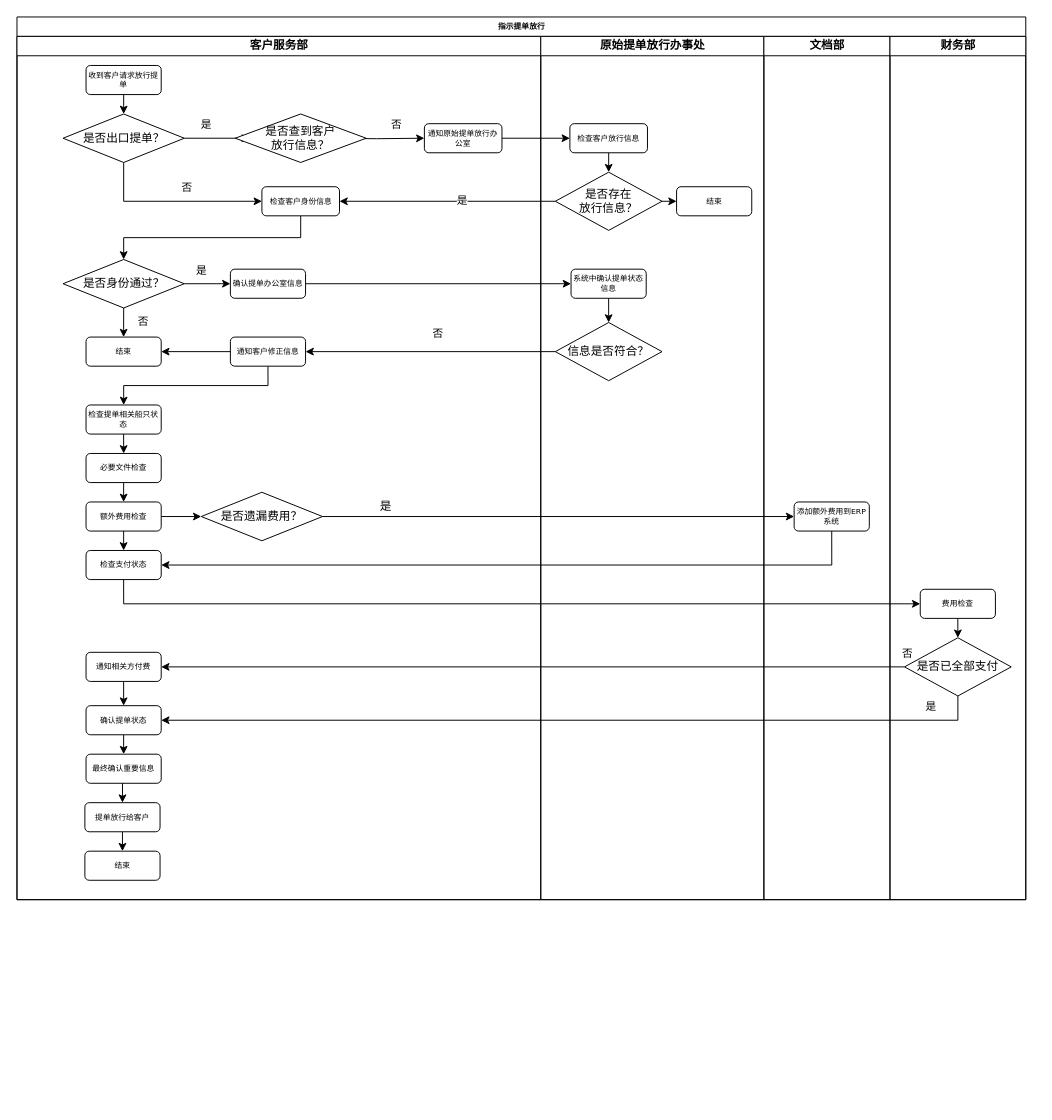
This is 指示提单放行.drawio from huangdamon/taobao_catch, a draw.io file, before an edit. Source tidied: cells renumbered, new cells numbered last; positions are measured from the earlier drawing's top-left corner, leaving out a move shared by most shapes. Both pictures are drawn from the tidied source at 97%, with x=0, y=0 at pixel (16, 16).
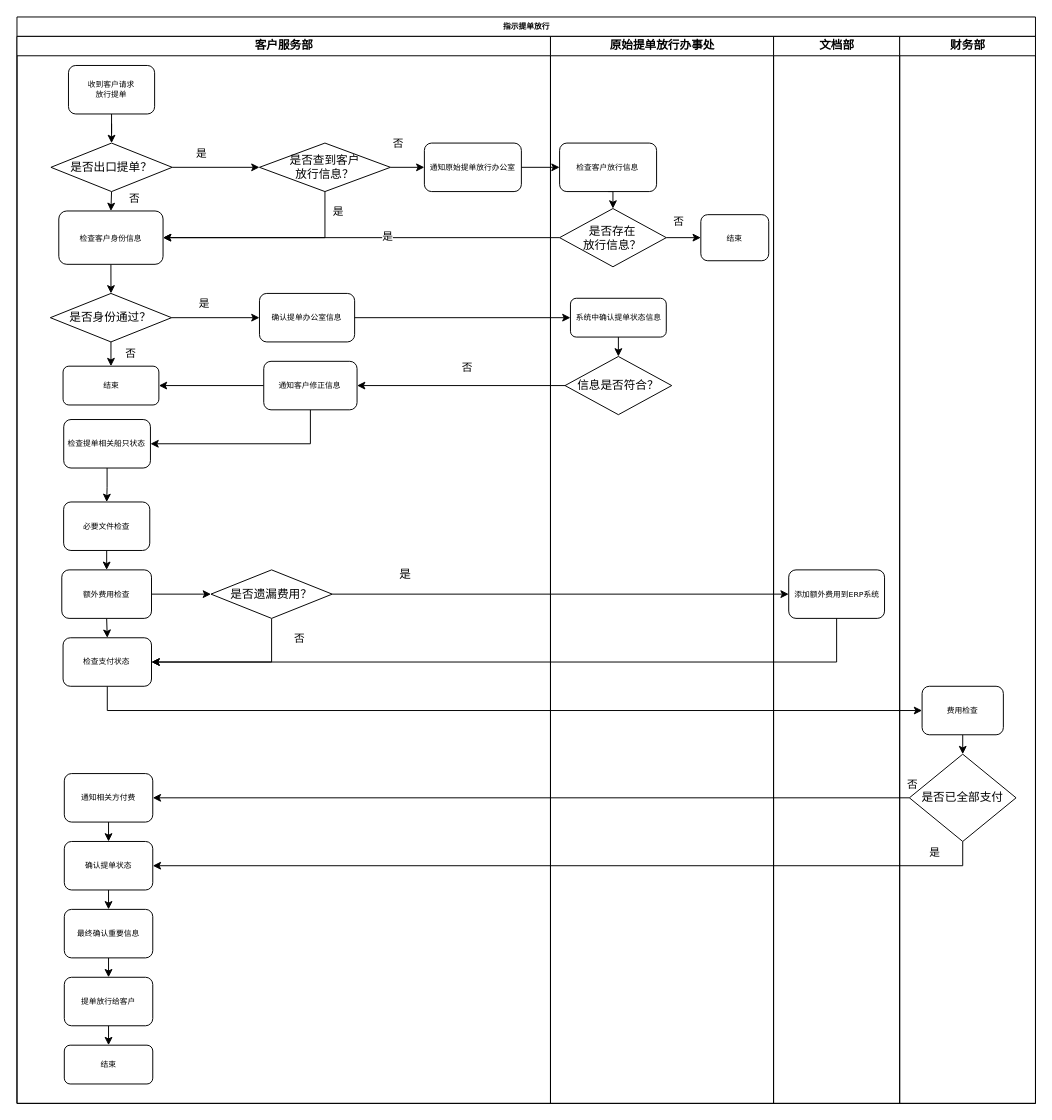
The same page after the edit.

Commit message:
Update 指示提单放行.drawio

Unchanged cells that the change refers to:
```xml
<mxCell id="55" style="edgeStyle=orthogonalEdgeStyle;rounded=0;jettySize=auto;html=1;exitX=1;exitY=0.5;exitDx=0;exitDy=0;entryX=0;entryY=0.5;entryDx=0;entryDy=0;" parent="52" edge="1" source="56" target="57">
  <mxGeometry relative="1" as="geometry" />
</mxCell>
```

What changed in the source:
```diff
@@
     <mxCell id="2" value="指示提单放行" style="swimlane;html=1;startSize=20;rounded=0;shadow=0;labelBackgroundColor=none;strokeWidth=1;fontFamily=Verdana;fontSize=8;align=center;" parent="1" vertex="1">
-      <mxGeometry width="1040" height="910" as="geometry" />
+      <mxGeometry width="1050" height="1120" as="geometry" />
     </mxCell>
+    <mxCell id="69" style="edgeStyle=orthogonalEdgeStyle;rounded=0;jettySize=auto;html=1;exitX=0.5;exitY=1;exitDx=0;exitDy=0;entryX=0;entryY=0.5;entryDx=0;entryDy=0;" parent="2" edge="1" source="36" target="66">
+      <mxGeometry relative="1" as="geometry" />
+    </mxCell>
+    <mxCell id="70" style="edgeStyle=orthogonalEdgeStyle;rounded=0;jettySize=auto;html=1;exitX=0;exitY=0.5;exitDx=0;exitDy=0;entryX=1;entryY=0.5;entryDx=0;entryDy=0;" parent="2" edge="1" source="67" target="38">
+      <mxGeometry relative="1" as="geometry" />
+    </mxCell>
+    <mxCell id="71" value="否" style="edgeLabel;html=1;align=center;verticalAlign=middle;" parent="70" vertex="1">
+      <mxGeometry x="-0.98" y="-3" relative="1" as="geometry">
+        <mxPoint x="10" y="-12" as="offset" />
+      </mxGeometry>
+    </mxCell>
+    <mxCell id="72" style="edgeStyle=orthogonalEdgeStyle;rounded=0;jettySize=auto;html=1;exitX=0.5;exitY=1;exitDx=0;exitDy=0;entryX=1;entryY=0.5;entryDx=0;entryDy=0;" parent="2" edge="1" source="67" target="40">
+      <mxGeometry relative="1" as="geometry" />
+    </mxCell>
+    <mxCell id="73" value="是" style="edgeLabel;html=1;align=center;verticalAlign=middle;" parent="72" vertex="1">
+      <mxGeometry x="-0.87" y="-2" relative="1" as="geometry">
+        <mxPoint x="1" y="-13" as="offset" />
+      </mxGeometry>
+    </mxCell>
     <mxCell id="3" value="客户服务部" style="swimlane;html=1;startSize=20;" parent="2" vertex="1">
-      <mxGeometry y="20" width="540" height="890" as="geometry" />
+      <mxGeometry y="20" width="550" height="1100" as="geometry" />
     </mxCell>
@@
-    <mxCell id="5" value="收到客户请求放行提单" style="rounded=1;whiteSpace=wrap;html=1;shadow=0;labelBackgroundColor=none;strokeWidth=1;fontFamily=Verdana;fontSize=8;align=center;" parent="3" vertex="1">
-      <mxGeometry x="71.2" y="30" width="77.5" height="30" as="geometry" />
+    <mxCell id="5" value="收到客户请求&lt;br&gt;放行提单" style="rounded=1;whiteSpace=wrap;html=1;shadow=0;labelBackgroundColor=none;strokeWidth=1;fontFamily=Verdana;fontSize=8;align=center;" parent="3" vertex="1">
+      <mxGeometry x="53.1" y="30" width="88.8" height="50" as="geometry" />
     </mxCell>
-    <mxCell id="6" style="edgeStyle=orthogonalEdgeStyle;rounded=0;jettySize=auto;html=1;exitX=1;exitY=0.5;exitDx=0;exitDy=0;entryX=0;entryY=0.5;entryDx=0;entryDy=0;" parent="3" edge="1" source="10">
-      <mxGeometry relative="1" as="geometry">
-        <mxPoint x="240" y="105" as="targetPoint" />
-      </mxGeometry>
+    <mxCell id="6" style="edgeStyle=orthogonalEdgeStyle;rounded=0;jettySize=auto;html=1;exitX=1;exitY=0.5;exitDx=0;exitDy=0;entryX=0;entryY=0.5;entryDx=0;entryDy=0;" parent="3" edge="1" source="10" target="16">
+      <mxGeometry relative="1" as="geometry" />
     </mxCell>
@@
-    <mxCell id="8" style="edgeStyle=orthogonalEdgeStyle;rounded=0;jettySize=auto;html=1;exitX=0.5;exitY=1;exitDx=0;exitDy=0;entryX=0;entryY=0.5;entryDx=0;entryDy=0;" parent="3" edge="1" source="10" target="14">
+    <mxCell id="8" style="edgeStyle=orthogonalEdgeStyle;rounded=0;jettySize=auto;html=1;exitX=0.5;exitY=1;exitDx=0;exitDy=0;entryX=0.5;entryY=0;entryDx=0;entryDy=0;" parent="3" edge="1" source="10" target="14">
       <mxGeometry relative="1" as="geometry" />
     </mxCell>
-    <mxCell id="9" value="否" style="edgeLabel;html=1;align=center;verticalAlign=middle;" parent="8" vertex="1">
-      <mxGeometry x="-0.33" y="3" relative="1" as="geometry">
-        <mxPoint x="43" y="-12" as="offset" />
-      </mxGeometry>
-    </mxCell>
+    <mxCell id="74" value="否" style="edgeLabel;html=1;align=center;verticalAlign=middle;" parent="8" vertex="1">
+      <mxGeometry x="-0.3" y="-1" relative="1" as="geometry">
+        <mxPoint x="24" as="offset" />
+      </mxGeometry>
+    </mxCell>
     <mxCell id="10" value="是否出口提单？" style="rhombus;whiteSpace=wrap;html=1;" parent="3" vertex="1">
-      <mxGeometry x="47.5" y="80" width="125" height="50" as="geometry" />
+      <mxGeometry x="35" y="110" width="125" height="50" as="geometry" />
     </mxCell>
-    <mxCell id="11" style="edgeStyle=orthogonalEdgeStyle;rounded=0;jettySize=auto;html=1;exitX=1;exitY=0.5;exitDx=0;exitDy=0;entryX=0;entryY=0.5;entryDx=0;entryDy=0;" parent="3" edge="1" target="15">
-      <mxGeometry relative="1" as="geometry">
-        <mxPoint x="320" y="105" as="sourcePoint" />
-      </mxGeometry>
-    </mxCell>
-    <mxCell id="12" value="否" style="edgeLabel;html=1;align=center;verticalAlign=middle;" parent="11" vertex="1">
-      <mxGeometry x="0.51" y="-1" relative="1" as="geometry">
-        <mxPoint x="-5" y="-16" as="offset" />
-      </mxGeometry>
-    </mxCell>
@@
     <mxCell id="14" value="检查客户身份信息" style="rounded=1;whiteSpace=wrap;html=1;shadow=0;labelBackgroundColor=none;strokeWidth=1;fontFamily=Verdana;fontSize=8;align=center;" parent="3" vertex="1">
-      <mxGeometry x="252.5" y="155" width="80" height="30" as="geometry" />
+      <mxGeometry x="43.1" y="180" width="107.5" height="55" as="geometry" />
     </mxCell>
     <mxCell id="15" value="通知原始提单放行办公室" style="rounded=1;whiteSpace=wrap;html=1;shadow=0;labelBackgroundColor=none;strokeWidth=1;fontFamily=Verdana;fontSize=8;align=center;" parent="3" vertex="1">
-      <mxGeometry x="420" y="90" width="80" height="30" as="geometry" />
+      <mxGeometry x="420" y="110" width="100" height="50" as="geometry" />
     </mxCell>
+    <mxCell id="75" style="edgeStyle=orthogonalEdgeStyle;rounded=0;jettySize=auto;html=1;exitX=1;exitY=0.5;exitDx=0;exitDy=0;entryX=0;entryY=0.5;entryDx=0;entryDy=0;" parent="3" edge="1" source="16" target="15">
+      <mxGeometry relative="1" as="geometry" />
+    </mxCell>
+    <mxCell id="76" value="否" style="edgeLabel;html=1;align=center;verticalAlign=middle;" parent="75" vertex="1">
+      <mxGeometry x="-0.6" y="1" relative="1" as="geometry">
+        <mxPoint y="-24" as="offset" />
+      </mxGeometry>
+    </mxCell>
+    <mxCell id="77" style="edgeStyle=orthogonalEdgeStyle;rounded=0;jettySize=auto;html=1;exitX=0.5;exitY=1;exitDx=0;exitDy=0;entryX=1;entryY=0.5;entryDx=0;entryDy=0;" parent="3" edge="1" source="16" target="14">
+      <mxGeometry relative="1" as="geometry" />
+    </mxCell>
+    <mxCell id="78" value="是" style="edgeLabel;html=1;align=center;verticalAlign=middle;" parent="77" vertex="1">
+      <mxGeometry x="-0.8" y="4" relative="1" as="geometry">
+        <mxPoint x="9" y="-1" as="offset" />
+      </mxGeometry>
+    </mxCell>
     <mxCell id="16" value="是否查到客户&lt;br&gt;放行信息？" style="rhombus;whiteSpace=wrap;html=1;" parent="3" vertex="1">
-      <mxGeometry x="225" y="80" width="135" height="50" as="geometry" />
+      <mxGeometry x="250" y="110" width="135" height="50" as="geometry" />
     </mxCell>
@@
     <mxCell id="21" value="是否身份通过？" style="rhombus;whiteSpace=wrap;html=1;" parent="3" vertex="1">
-      <mxGeometry x="47.5" y="230" width="125" height="50" as="geometry" />
+      <mxGeometry x="34.4" y="265" width="125" height="50" as="geometry" />
     </mxCell>
     <mxCell id="22" value="结束" style="rounded=1;whiteSpace=wrap;html=1;shadow=0;labelBackgroundColor=none;strokeWidth=1;fontFamily=Verdana;fontSize=8;align=center;" parent="3" vertex="1">
-      <mxGeometry x="71.2" y="310" width="77.5" height="30" as="geometry" />
+      <mxGeometry x="47.5" y="340" width="98.8" height="40" as="geometry" />
     </mxCell>
     <mxCell id="23" value="确认提单办公室信息" style="rounded=1;whiteSpace=wrap;html=1;shadow=0;labelBackgroundColor=none;strokeWidth=1;fontFamily=Verdana;fontSize=8;align=center;" parent="3" vertex="1">
-      <mxGeometry x="220" y="240" width="77.5" height="30" as="geometry" />
+      <mxGeometry x="250" y="265" width="98.1" height="50" as="geometry" />
     </mxCell>
@@
-    <mxCell id="25" style="edgeStyle=orthogonalEdgeStyle;rounded=0;jettySize=auto;html=1;exitX=0.5;exitY=1;exitDx=0;exitDy=0;" parent="3" edge="1" source="26" target="28">
+    <mxCell id="25" style="edgeStyle=orthogonalEdgeStyle;rounded=0;jettySize=auto;html=1;exitX=0.5;exitY=1;exitDx=0;exitDy=0;entryX=1;entryY=0.5;entryDx=0;entryDy=0;" parent="3" edge="1" source="26" target="28">
       <mxGeometry relative="1" as="geometry" />
     </mxCell>
     <mxCell id="26" value="通知客户修正信息" style="rounded=1;whiteSpace=wrap;html=1;shadow=0;labelBackgroundColor=none;strokeWidth=1;fontFamily=Verdana;fontSize=8;align=center;" parent="3" vertex="1">
-      <mxGeometry x="220" y="310" width="77.5" height="30" as="geometry" />
+      <mxGeometry x="254.4" y="335" width="96.2" height="50" as="geometry" />
     </mxCell>
@@
     <mxCell id="28" value="检查提单相关船只状态" style="rounded=1;whiteSpace=wrap;html=1;shadow=0;labelBackgroundColor=none;strokeWidth=1;fontFamily=Verdana;fontSize=8;align=center;" parent="3" vertex="1">
-      <mxGeometry x="71.2" y="380" width="77.5" height="30" as="geometry" />
+      <mxGeometry x="48.2" y="395" width="89.4" height="50" as="geometry" />
     </mxCell>
@@
     <mxCell id="30" value="必要文件检查" style="rounded=1;whiteSpace=wrap;html=1;shadow=0;labelBackgroundColor=none;strokeWidth=1;fontFamily=Verdana;fontSize=8;align=center;" parent="3" vertex="1">
-      <mxGeometry x="71.2" y="430" width="77.5" height="30" as="geometry" />
+      <mxGeometry x="48.1" y="480" width="88.8" height="50" as="geometry" />
     </mxCell>
@@
     <mxCell id="33" value="额外费用检查" style="rounded=1;whiteSpace=wrap;html=1;shadow=0;labelBackgroundColor=none;strokeWidth=1;fontFamily=Verdana;fontSize=8;align=center;" parent="3" vertex="1">
-      <mxGeometry x="71.2" y="480" width="77.5" height="30" as="geometry" />
+      <mxGeometry x="46.2" y="550" width="92.5" height="50" as="geometry" />
     </mxCell>
+    <mxCell id="79" style="edgeStyle=orthogonalEdgeStyle;rounded=0;jettySize=auto;html=1;exitX=0.5;exitY=1;exitDx=0;exitDy=0;entryX=1;entryY=0.5;entryDx=0;entryDy=0;" parent="3" edge="1" source="34" target="36">
+      <mxGeometry relative="1" as="geometry" />
+    </mxCell>
+    <mxCell id="80" value="否" style="edgeLabel;html=1;align=center;verticalAlign=middle;" parent="79" vertex="1">
+      <mxGeometry x="-0.8" y="3" relative="1" as="geometry">
+        <mxPoint x="25" y="3" as="offset" />
+      </mxGeometry>
+    </mxCell>
     <mxCell id="34" value="是否遗漏费用？" style="rhombus;whiteSpace=wrap;html=1;" parent="3" vertex="1">
-      <mxGeometry x="190" y="470" width="125" height="50" as="geometry" />
+      <mxGeometry x="200" y="550" width="125" height="50" as="geometry" />
     </mxCell>
     <mxCell id="35" value="是" style="text;html=1;align=center;verticalAlign=middle;strokeColor=none;fillColor=none;" parent="3" vertex="1">
-      <mxGeometry x="360" y="470" width="40" height="30" as="geometry" />
+      <mxGeometry x="380" y="540" width="40" height="30" as="geometry" />
     </mxCell>
     <mxCell id="36" value="检查支付状态" style="rounded=1;whiteSpace=wrap;html=1;shadow=0;labelBackgroundColor=none;strokeWidth=1;fontFamily=Verdana;fontSize=8;align=center;" parent="3" vertex="1">
-      <mxGeometry x="71.2" y="530" width="77.5" height="30" as="geometry" />
+      <mxGeometry x="47.5" y="620" width="91.2" height="50" as="geometry" />
     </mxCell>
@@
     <mxCell id="38" value="通知相关方付费" style="rounded=1;whiteSpace=wrap;html=1;shadow=0;labelBackgroundColor=none;strokeWidth=1;fontFamily=Verdana;fontSize=8;align=center;" parent="3" vertex="1">
-      <mxGeometry x="71.2" y="635" width="77.5" height="30" as="geometry" />
+      <mxGeometry x="48.8" y="760" width="91.2" height="50" as="geometry" />
     </mxCell>
@@
     <mxCell id="40" value="确认提单状态" style="rounded=1;whiteSpace=wrap;html=1;shadow=0;labelBackgroundColor=none;strokeWidth=1;fontFamily=Verdana;fontSize=8;align=center;" parent="3" vertex="1">
-      <mxGeometry x="71.2" y="690" width="77.5" height="30" as="geometry" />
+      <mxGeometry x="48.8" y="830" width="91.2" height="50" as="geometry" />
     </mxCell>
@@
     <mxCell id="42" value="最终确认重要信息" style="rounded=1;whiteSpace=wrap;html=1;shadow=0;labelBackgroundColor=none;strokeWidth=1;fontFamily=Verdana;fontSize=8;align=center;" parent="3" vertex="1">
-      <mxGeometry x="71.2" y="740" width="77.5" height="30" as="geometry" />
+      <mxGeometry x="48.8" y="900" width="91.2" height="50" as="geometry" />
     </mxCell>
@@
     <mxCell id="44" value="提单放行给客户" style="rounded=1;whiteSpace=wrap;html=1;shadow=0;labelBackgroundColor=none;strokeWidth=1;fontFamily=Verdana;fontSize=8;align=center;" parent="3" vertex="1">
-      <mxGeometry x="70" y="790" width="77.5" height="30" as="geometry" />
+      <mxGeometry x="48.8" y="970" width="91.2" height="50" as="geometry" />
     </mxCell>
     <mxCell id="45" value="结束" style="rounded=1;whiteSpace=wrap;html=1;shadow=0;labelBackgroundColor=none;strokeWidth=1;fontFamily=Verdana;fontSize=8;align=center;" parent="3" vertex="1">
-      <mxGeometry x="70" y="840" width="77.5" height="30" as="geometry" />
+      <mxGeometry x="48.8" y="1040" width="91.2" height="40" as="geometry" />
     </mxCell>
@@
     <mxCell id="52" value="原始提单放行办事处" style="swimlane;html=1;startSize=20;" parent="2" vertex="1">
-      <mxGeometry x="540" y="20" width="230" height="890" as="geometry" />
+      <mxGeometry x="550" y="20" width="230" height="1100" as="geometry" />
     </mxCell>
@@
     <mxCell id="54" value="检查客户放行信息" style="rounded=1;whiteSpace=wrap;html=1;shadow=0;labelBackgroundColor=none;strokeWidth=1;fontFamily=Verdana;fontSize=8;align=center;" parent="52" vertex="1">
-      <mxGeometry x="30" y="90" width="80" height="30" as="geometry" />
+      <mxGeometry x="9.4" y="110" width="100" height="50" as="geometry" />
     </mxCell>
@@
+    <mxCell id="81" value="否" style="edgeLabel;html=1;align=center;verticalAlign=middle;" parent="55" vertex="1">
+      <mxGeometry x="-0.35" y="2" relative="1" as="geometry">
+        <mxPoint y="-15" as="offset" />
+      </mxGeometry>
+    </mxCell>
     <mxCell id="56" value="是否存在&lt;br&gt;放行信息？" style="rhombus;whiteSpace=wrap;html=1;" parent="52" vertex="1">
-      <mxGeometry x="15" y="140" width="110" height="60" as="geometry" />
+      <mxGeometry x="9.4" y="177.5" width="110" height="60" as="geometry" />
     </mxCell>
     <mxCell id="57" value="结束" style="rounded=1;whiteSpace=wrap;html=1;shadow=0;labelBackgroundColor=none;strokeWidth=1;fontFamily=Verdana;fontSize=8;align=center;" parent="52" vertex="1">
-      <mxGeometry x="140" y="155" width="77.5" height="30" as="geometry" />
+      <mxGeometry x="155" y="183.8" width="70" height="47.5" as="geometry" />
     </mxCell>
@@
     <mxCell id="59" value="系统中确认提单状态信息" style="rounded=1;whiteSpace=wrap;html=1;shadow=0;labelBackgroundColor=none;strokeWidth=1;fontFamily=Verdana;fontSize=8;align=center;" parent="52" vertex="1">
-      <mxGeometry x="31.2" y="240" width="77.5" height="30" as="geometry" />
+      <mxGeometry x="20.6" y="270" width="98.8" height="40" as="geometry" />
     </mxCell>
     <mxCell id="60" value="信息是否符合？" style="rhombus;whiteSpace=wrap;html=1;" parent="52" vertex="1">
-      <mxGeometry x="15" y="295" width="110" height="60" as="geometry" />
+      <mxGeometry x="15" y="330" width="110" height="60" as="geometry" />
     </mxCell>
     <mxCell id="61" value="文档部" style="swimlane;html=1;startSize=20;" parent="2" vertex="1">
-      <mxGeometry x="770" y="20" width="130" height="890" as="geometry" />
+      <mxGeometry x="780" y="20" width="130" height="1100" as="geometry" />
     </mxCell>
     <mxCell id="62" value="添加额外费用到ERP系统" style="rounded=1;whiteSpace=wrap;html=1;shadow=0;labelBackgroundColor=none;strokeWidth=1;fontFamily=Verdana;fontSize=8;align=center;" parent="61" vertex="1">
-      <mxGeometry x="31.2" y="480" width="77.5" height="30" as="geometry" />
+      <mxGeometry x="15.6" y="550" width="98.8" height="50" as="geometry" />
     </mxCell>
@@
     <mxCell id="64" value="财务部" style="swimlane;html=1;startSize=20;" parent="2" vertex="1">
-      <mxGeometry x="900" y="20" width="140" height="890" as="geometry" />
+      <mxGeometry x="910" y="20" width="140" height="1100" as="geometry" />
     </mxCell>
@@
     <mxCell id="66" value="费用检查" style="rounded=1;whiteSpace=wrap;html=1;shadow=0;labelBackgroundColor=none;strokeWidth=1;fontFamily=Verdana;fontSize=8;align=center;" parent="64" vertex="1">
-      <mxGeometry x="31.2" y="570" width="77.5" height="30" as="geometry" />
+      <mxGeometry x="23.1" y="670" width="83.8" height="50" as="geometry" />
     </mxCell>
     <mxCell id="67" value="是否已全部支付" style="rhombus;whiteSpace=wrap;html=1;" parent="64" vertex="1">
-      <mxGeometry x="15" y="620" width="110" height="60" as="geometry" />
+      <mxGeometry x="10" y="740" width="110" height="90" as="geometry" />
     </mxCell>
@@
-    <mxCell id="69" style="edgeStyle=orthogonalEdgeStyle;rounded=0;jettySize=auto;html=1;exitX=0.5;exitY=1;exitDx=0;exitDy=0;entryX=0;entryY=0.5;entryDx=0;entryDy=0;" parent="2" edge="1" source="36" target="66">
-      <mxGeometry relative="1" as="geometry" />
-    </mxCell>
-    <mxCell id="70" style="edgeStyle=orthogonalEdgeStyle;rounded=0;jettySize=auto;html=1;exitX=0;exitY=0.5;exitDx=0;exitDy=0;entryX=1;entryY=0.5;entryDx=0;entryDy=0;" parent="2" edge="1" source="67" target="38">
-      <mxGeometry relative="1" as="geometry" />
-    </mxCell>
-    <mxCell id="71" value="否" style="edgeLabel;html=1;align=center;verticalAlign=middle;" parent="70" vertex="1">
-      <mxGeometry x="-0.98" y="-3" relative="1" as="geometry">
-        <mxPoint x="10" y="-12" as="offset" />
-      </mxGeometry>
-    </mxCell>
-    <mxCell id="72" style="edgeStyle=orthogonalEdgeStyle;rounded=0;jettySize=auto;html=1;exitX=0.5;exitY=1;exitDx=0;exitDy=0;entryX=1;entryY=0.5;entryDx=0;entryDy=0;" parent="2" edge="1" source="67" target="40">
-      <mxGeometry relative="1" as="geometry" />
-    </mxCell>
-    <mxCell id="73" value="是" style="edgeLabel;html=1;align=center;verticalAlign=middle;" parent="72" vertex="1">
-      <mxGeometry x="-0.87" y="-2" relative="1" as="geometry">
-        <mxPoint x="1" y="-13" as="offset" />
-      </mxGeometry>
-    </mxCell>
```
